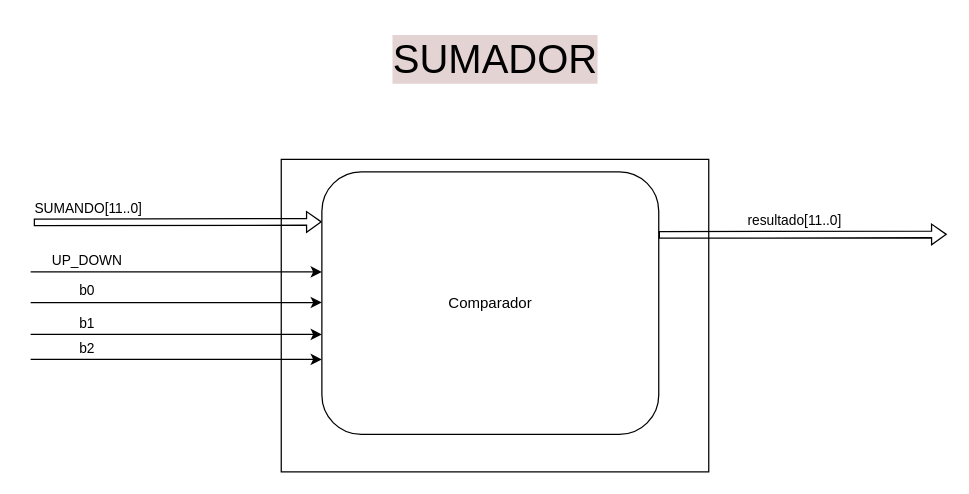
Earlier version of the draw.io diagram page "Sumador" (6 of 6) of Integrador/Integrador.drawio (albertinap/IDL). Source tidied: cells renumbered, new cells numbered last; positions are measured from the earlier drawing's top-left corner, leaving out a move shared by most shapes. Both pictures are drawn from the tidied source at 125%, with x=0, y=0 at pixel (30, 21).
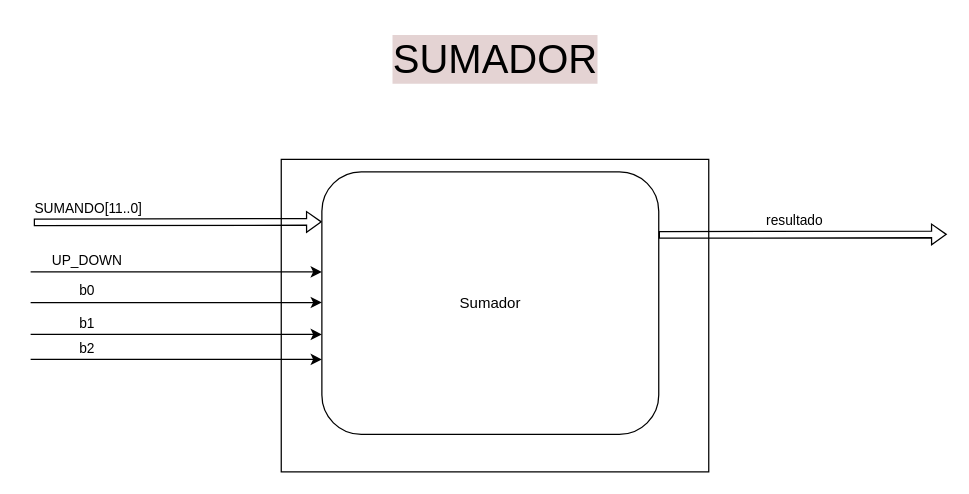
Above is the later version.

Unchanged cells that the change refers to:
```xml
<mxCell id="15" style="shape=flexArrow;endArrow=none;startArrow=classic;html=1;rounded=0;width=5.348837209302326;endSize=3.5813953488372094;endWidth=10.151433207138995;startWidth=10.151433207138995;startSize=3.5813953488372094;endFill=0;" parent="1" edge="1">
  <mxGeometry relative="1" as="geometry">
    <mxPoint x="733" y="170" as="sourcePoint" />
    <mxPoint x="502.5" y="170.5" as="targetPoint" />
    <Array as="points">
      <mxPoint x="502.5" y="170.4" />
    </Array>
  </mxGeometry>
</mxCell>
```

What changed in the source:
```diff
@@
-    <mxCell id="5" value="Comparador" style="rounded=1;whiteSpace=wrap;html=1;" parent="1" vertex="1">
+    <mxCell id="5" value="Sumador" style="rounded=1;whiteSpace=wrap;html=1;" parent="1" vertex="1">
       <mxGeometry x="233" y="120" width="269.5" height="210" as="geometry" />
     </mxCell>
@@
-    <mxCell id="16" value="resultado[11..0]" style="edgeLabel;html=1;align=center;verticalAlign=middle;" parent="15" vertex="1">
+    <mxCell id="16" value="resultado" style="edgeLabel;html=1;align=center;verticalAlign=middle;" parent="15" vertex="1">
       <mxGeometry x="0.17" y="1" relative="1" as="geometry">
         <mxPoint x="12" y="-13" as="offset" />
       </mxGeometry>
     </mxCell>
```
